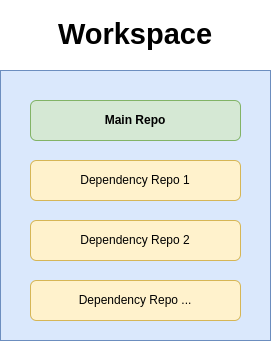
Above: docs/images/workspace.png in c0fec0de/git-ws (draw.io), before the change. Source tidied: cells renumbered, new cells last; positions are measured from the earlier drawing's top-left corner, leaving out a move shared by most shapes. Its diagram source:
```xml
<mxGraphModel>
  <root>
    <mxCell id="0" />
    <mxCell id="1" parent="0" />
    <mxCell id="2" value="&lt;h1&gt;&lt;font style=&quot;font-size: 29px;&quot;&gt;Workspace&lt;/font&gt;&lt;/h1&gt;" style="whiteSpace=wrap;html=1;align=center;imageVerticalAlign=middle;direction=east;labelPosition=center;verticalLabelPosition=top;verticalAlign=bottom;fillColor=#dae8fc;strokeColor=#6c8ebf;" parent="1" vertex="1">
      <mxGeometry width="270" height="270" as="geometry" />
    </mxCell>
    <mxCell id="3" value="Main Repo" style="rounded=1;whiteSpace=wrap;html=1;fillColor=#d5e8d4;strokeColor=#82b366;fontStyle=1;" parent="1" vertex="1">
      <mxGeometry x="30" y="30" width="210" height="40" as="geometry" />
    </mxCell>
    <mxCell id="4" value="Dependency Repo 1" style="rounded=1;whiteSpace=wrap;html=1;fillColor=#fff2cc;strokeColor=#d6b656;" parent="1" vertex="1">
      <mxGeometry x="30" y="90" width="210" height="40" as="geometry" />
    </mxCell>
    <mxCell id="5" value="Dependency Repo 2" style="rounded=1;whiteSpace=wrap;html=1;fillColor=#fff2cc;strokeColor=#d6b656;" parent="1" vertex="1">
      <mxGeometry x="30" y="150" width="210" height="40" as="geometry" />
    </mxCell>
    <mxCell id="6" value="Dependency Repo ..." style="rounded=1;whiteSpace=wrap;html=1;fillColor=#fff2cc;strokeColor=#d6b656;" parent="1" vertex="1">
      <mxGeometry x="30" y="210" width="210" height="40" as="geometry" />
    </mxCell>
  </root>
</mxGraphModel>
```
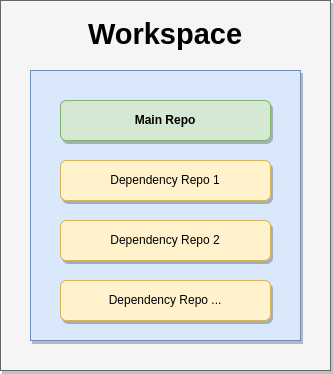
The same file after the commit.

Commit message:
Improve workspace schema image

Diff of the diagram source:
```diff
@@ -2,19 +2,22 @@
   <root>
     <mxCell id="0" />
     <mxCell id="1" parent="0" />
+    <mxCell id="7" style="rounded=0;whiteSpace=wrap;html=1;fillColor=#f5f5f5;fontColor=#333333;strokeColor=#666666;shadow=1;" parent="1" vertex="1">
+      <mxGeometry x="-30" y="-70" width="330" height="370" as="geometry" />
+    </mxCell>
-    <mxCell id="2" value="&lt;h1&gt;&lt;font style=&quot;font-size: 29px;&quot;&gt;Workspace&lt;/font&gt;&lt;/h1&gt;" style="whiteSpace=wrap;html=1;align=center;imageVerticalAlign=middle;direction=east;labelPosition=center;verticalLabelPosition=top;verticalAlign=bottom;fillColor=#dae8fc;strokeColor=#6c8ebf;" parent="1" vertex="1">
+    <mxCell id="2" value="&lt;h1&gt;&lt;font style=&quot;font-size: 29px;&quot;&gt;Workspace&lt;/font&gt;&lt;/h1&gt;" style="whiteSpace=wrap;html=1;align=center;imageVerticalAlign=middle;direction=east;labelPosition=center;verticalLabelPosition=top;verticalAlign=bottom;fillColor=#dae8fc;strokeColor=#6c8ebf;movableLabel=1;shadow=1;" parent="1" vertex="1">
       <mxGeometry width="270" height="270" as="geometry" />
     </mxCell>
-    <mxCell id="3" value="Main Repo" style="rounded=1;whiteSpace=wrap;html=1;fillColor=#d5e8d4;strokeColor=#82b366;fontStyle=1;" parent="1" vertex="1">
+    <mxCell id="3" value="Main Repo" style="rounded=1;whiteSpace=wrap;html=1;fillColor=#d5e8d4;strokeColor=#82b366;fontStyle=1;shadow=1;" parent="1" vertex="1">
       <mxGeometry x="30" y="30" width="210" height="40" as="geometry" />
     </mxCell>
-    <mxCell id="4" value="Dependency Repo 1" style="rounded=1;whiteSpace=wrap;html=1;fillColor=#fff2cc;strokeColor=#d6b656;" parent="1" vertex="1">
+    <mxCell id="4" value="Dependency Repo 1" style="rounded=1;whiteSpace=wrap;html=1;fillColor=#fff2cc;strokeColor=#d6b656;shadow=1;" parent="1" vertex="1">
       <mxGeometry x="30" y="90" width="210" height="40" as="geometry" />
     </mxCell>
-    <mxCell id="5" value="Dependency Repo 2" style="rounded=1;whiteSpace=wrap;html=1;fillColor=#fff2cc;strokeColor=#d6b656;" parent="1" vertex="1">
+    <mxCell id="5" value="Dependency Repo 2" style="rounded=1;whiteSpace=wrap;html=1;fillColor=#fff2cc;strokeColor=#d6b656;shadow=1;" parent="1" vertex="1">
       <mxGeometry x="30" y="150" width="210" height="40" as="geometry" />
     </mxCell>
-    <mxCell id="6" value="Dependency Repo ..." style="rounded=1;whiteSpace=wrap;html=1;fillColor=#fff2cc;strokeColor=#d6b656;" parent="1" vertex="1">
+    <mxCell id="6" value="Dependency Repo ..." style="rounded=1;whiteSpace=wrap;html=1;fillColor=#fff2cc;strokeColor=#d6b656;shadow=1;" parent="1" vertex="1">
       <mxGeometry x="30" y="210" width="210" height="40" as="geometry" />
     </mxCell>
   </root>
```
